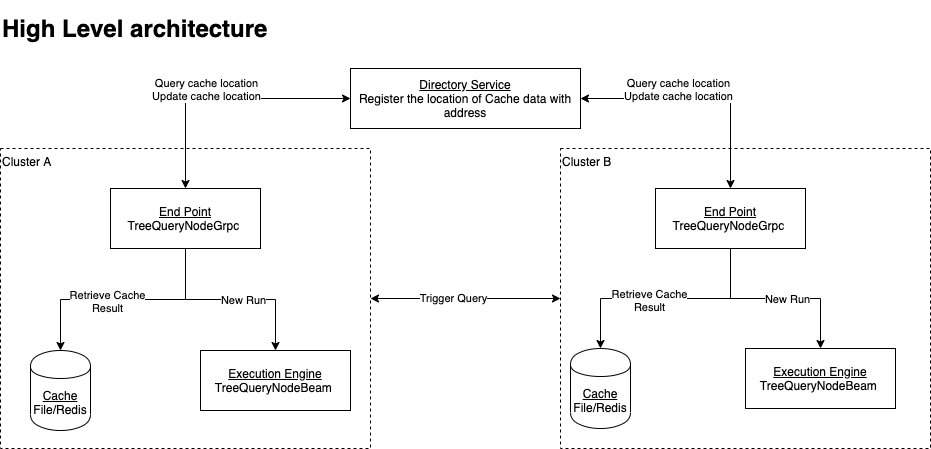
Before: resource/TreeQueryDistributed.png, a diagram exported from draw.io (pawarashish564/TreeQuery). Source tidied: cells renumbered, new cells last; positions are measured from the earlier drawing's top-left corner, leaving out a move shared by most shapes.
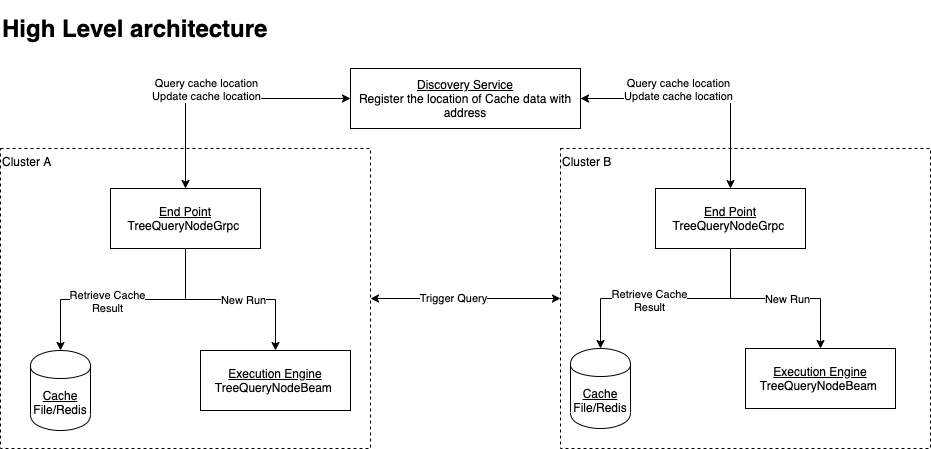
After the commit.

Commit message:
Prepare for Discovery service to locate cache

The edit, as a diff of the source:
```diff
@@ -55,7 +55,7 @@
         <mxPoint x="-40" y="-12" as="offset" />
       </mxGeometry>
     </mxCell>
-    <mxCell id="19" value="&lt;u&gt;Directory Service&lt;/u&gt;&lt;br&gt;Register the location of Cache data with address" style="rounded=0;whiteSpace=wrap;html=1;" parent="1" vertex="1">
+    <mxCell id="19" value="&lt;u&gt;Discovery Service&lt;/u&gt;&lt;br&gt;Register the location of Cache data with address" style="rounded=0;whiteSpace=wrap;html=1;" parent="1" vertex="1">
       <mxGeometry x="350" y="50" width="230" height="60" as="geometry" />
     </mxCell>
     <mxCell id="20" style="edgeStyle=orthogonalEdgeStyle;rounded=0;jettySize=auto;html=1;exitX=1;exitY=0.5;exitDx=0;exitDy=0;entryX=0.5;entryY=0;entryDx=0;entryDy=0;startArrow=classic;startFill=1;" parent="1" edge="1" source="19" target="16">
```
